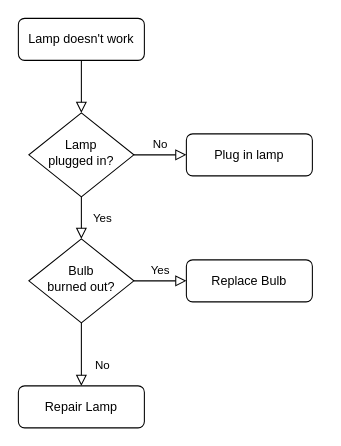
Above: workflow.drawio in jory18/jory18.github.io (draw.io), before the change. Source tidied: cells renumbered, new cells numbered last; positions are measured from the earlier drawing's top-left corner, leaving out a move shared by most shapes. Both pictures are drawn from the tidied source at 105%, with x=0, y=0 at pixel (18, 18).
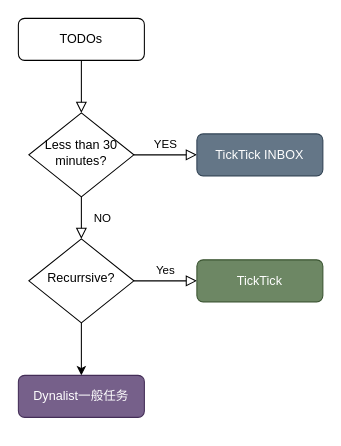
The same diagram, later.

The edit, as a diff of the source:
```diff
@@
 <mxGraphModel>
   <root>
     <mxCell id="0" />
     <mxCell id="1" parent="0" />
     <mxCell id="2" style="rounded=0;html=1;jettySize=auto;fontSize=11;endArrow=block;endFill=0;endSize=8;strokeWidth=1;shadow=0;labelBackgroundColor=none;edgeStyle=orthogonalEdgeStyle;" parent="1" edge="1" source="3" target="6">
       <mxGeometry relative="1" as="geometry" />
     </mxCell>
-    <mxCell id="3" value="Lamp doesn't work" style="rounded=1;whiteSpace=wrap;html=1;fontSize=12;glass=0;strokeWidth=1;shadow=0;" parent="1" vertex="1">
+    <mxCell id="3" value="TODOs" style="rounded=1;whiteSpace=wrap;html=1;fontSize=12;glass=0;strokeWidth=1;shadow=0;" parent="1" vertex="1">
       <mxGeometry width="120" height="40" as="geometry" />
     </mxCell>
-    <mxCell id="4" value="Yes" style="rounded=0;html=1;jettySize=auto;fontSize=11;endArrow=block;endFill=0;endSize=8;strokeWidth=1;shadow=0;labelBackgroundColor=none;edgeStyle=orthogonalEdgeStyle;" parent="1" edge="1" source="6" target="10">
+    <mxCell id="4" value="NO" style="rounded=0;html=1;jettySize=auto;fontSize=11;endArrow=block;endFill=0;endSize=8;strokeWidth=1;shadow=0;labelBackgroundColor=none;edgeStyle=orthogonalEdgeStyle;" parent="1" edge="1" source="6" target="10">
       <mxGeometry y="20" relative="1" as="geometry" />
     </mxCell>
-    <mxCell id="5" value="No" style="edgeStyle=orthogonalEdgeStyle;rounded=0;html=1;jettySize=auto;fontSize=11;endArrow=block;endFill=0;endSize=8;strokeWidth=1;shadow=0;labelBackgroundColor=none;" parent="1" edge="1" source="6" target="7">
+    <mxCell id="5" value="YES" style="edgeStyle=orthogonalEdgeStyle;rounded=0;html=1;jettySize=auto;fontSize=11;endArrow=block;endFill=0;endSize=8;strokeWidth=1;shadow=0;labelBackgroundColor=none;" parent="1" edge="1" source="6" target="7">
       <mxGeometry y="10" relative="1" as="geometry" />
     </mxCell>
-    <mxCell id="6" value="Lamp&lt;br&gt;plugged in?" style="rhombus;whiteSpace=wrap;html=1;shadow=0;fontFamily=Helvetica;fontSize=12;align=center;strokeWidth=1;spacing=6;spacingTop=-4;" parent="1" vertex="1">
+    <mxCell id="6" value="Less than 30 minutes?" style="rhombus;whiteSpace=wrap;html=1;shadow=0;fontFamily=Helvetica;fontSize=12;align=center;strokeWidth=1;spacing=6;spacingTop=-4;" parent="1" vertex="1">
       <mxGeometry x="10" y="90" width="100" height="80" as="geometry" />
     </mxCell>
-    <mxCell id="7" value="Plug in lamp" style="rounded=1;whiteSpace=wrap;html=1;fontSize=12;glass=0;strokeWidth=1;shadow=0;" parent="1" vertex="1">
-      <mxGeometry x="160" y="110" width="120" height="40" as="geometry" />
+    <mxCell id="7" value="TickTick INBOX" style="rounded=1;whiteSpace=wrap;html=1;fontSize=12;glass=0;strokeWidth=1;shadow=0;fillColor=#647687;strokeColor=#314354;fontColor=#ffffff;" parent="1" vertex="1">
+      <mxGeometry x="170" y="110" width="120" height="40" as="geometry" />
     </mxCell>
-    <mxCell id="8" value="No" style="rounded=0;html=1;jettySize=auto;fontSize=11;endArrow=block;endFill=0;endSize=8;strokeWidth=1;shadow=0;labelBackgroundColor=none;edgeStyle=orthogonalEdgeStyle;" parent="1" edge="1" source="10" target="11">
-      <mxGeometry x="0.33" y="20" relative="1" as="geometry" />
-    </mxCell>
     <mxCell id="9" value="Yes" style="edgeStyle=orthogonalEdgeStyle;rounded=0;html=1;jettySize=auto;fontSize=11;endArrow=block;endFill=0;endSize=8;strokeWidth=1;shadow=0;labelBackgroundColor=none;" parent="1" edge="1" source="10" target="12">
       <mxGeometry y="10" relative="1" as="geometry" />
     </mxCell>
+    <mxCell id="13" style="edgeStyle=orthogonalEdgeStyle;rounded=0;jettySize=auto;html=1;" parent="1" edge="1" source="10">
+      <mxGeometry relative="1" as="geometry">
+        <mxPoint x="60" y="340" as="targetPoint" />
+      </mxGeometry>
+    </mxCell>
-    <mxCell id="10" value="Bulb&lt;br&gt;burned out?" style="rhombus;whiteSpace=wrap;html=1;shadow=0;fontFamily=Helvetica;fontSize=12;align=center;strokeWidth=1;spacing=6;spacingTop=-4;" parent="1" vertex="1">
+    <mxCell id="10" value="Recurrsive?" style="rhombus;whiteSpace=wrap;html=1;shadow=0;fontFamily=Helvetica;fontSize=12;align=center;strokeWidth=1;spacing=6;spacingTop=-4;" parent="1" vertex="1">
       <mxGeometry x="10" y="210" width="100" height="80" as="geometry" />
     </mxCell>
-    <mxCell id="11" value="Repair Lamp" style="rounded=1;whiteSpace=wrap;html=1;fontSize=12;glass=0;strokeWidth=1;shadow=0;" parent="1" vertex="1">
-      <mxGeometry y="350" width="120" height="40" as="geometry" />
+    <mxCell id="11" value="Dynalist一般任务" style="rounded=1;whiteSpace=wrap;html=1;fontSize=12;glass=0;strokeWidth=1;shadow=0;fillColor=#76608a;strokeColor=#432D57;fontColor=#ffffff;" parent="1" vertex="1">
+      <mxGeometry y="340" width="120" height="40" as="geometry" />
     </mxCell>
-    <mxCell id="12" value="Replace Bulb" style="rounded=1;whiteSpace=wrap;html=1;fontSize=12;glass=0;strokeWidth=1;shadow=0;" parent="1" vertex="1">
-      <mxGeometry x="160" y="230" width="120" height="40" as="geometry" />
+    <mxCell id="12" value="TickTick" style="rounded=1;whiteSpace=wrap;html=1;fontSize=12;glass=0;strokeWidth=1;shadow=0;fillColor=#6d8764;strokeColor=#3A5431;fontColor=#ffffff;" parent="1" vertex="1">
+      <mxGeometry x="170" y="230" width="120" height="40" as="geometry" />
     </mxCell>
   </root>
 </mxGraphModel>
```
